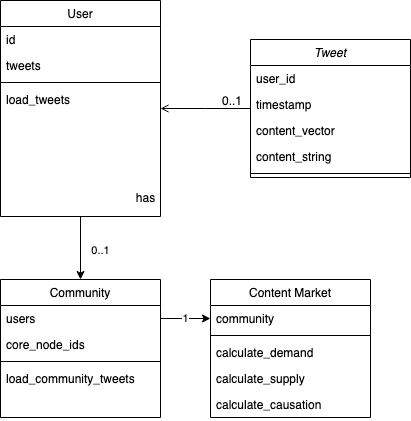
Above: assets/influence_uml.png in talicopanda/social-media-influence-analysis (draw.io), before the change. Source tidied: cells renumbered, new cells last; positions are measured from the earlier drawing's top-left corner, leaving out a move shared by most shapes.
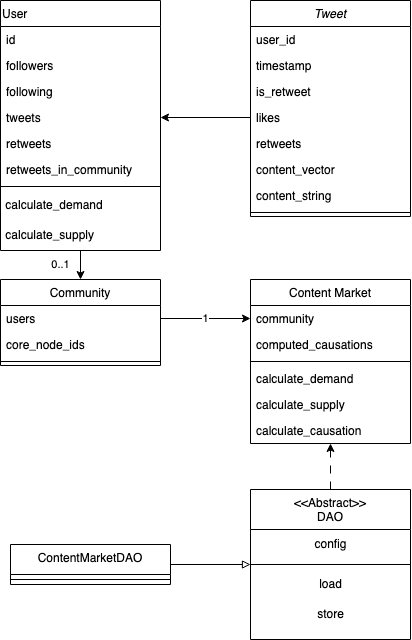
Later version of the same file.

Commit message:
update UML; add causation info

What changed in the source:
```diff
@@ -3,7 +3,7 @@
     <mxCell id="0" />
     <mxCell id="1" parent="0" />
     <mxCell id="2" value="Tweet" style="swimlane;fontStyle=2;align=center;verticalAlign=top;horizontal=1;startSize=26;rounded=0;shadow=0;strokeWidth=1;" parent="1" vertex="1">
-      <mxGeometry x="250" y="39" width="160" height="138" as="geometry" />
+      <mxGeometry x="250" width="160" height="216" as="geometry" />
     </mxCell>
     <mxCell id="3" value="user_id" style="text;align=left;verticalAlign=top;spacingLeft=4;spacingRight=4;overflow=hidden;" parent="2" vertex="1">
       <mxGeometry y="26" width="160" height="26" as="geometry" />
@@ -11,17 +11,26 @@
     <mxCell id="4" value="timestamp" style="text;align=left;verticalAlign=top;spacingLeft=4;spacingRight=4;overflow=hidden;" parent="2" vertex="1">
       <mxGeometry y="52" width="160" height="26" as="geometry" />
     </mxCell>
+    <mxCell id="29" value="is_retweet" style="text;align=left;verticalAlign=top;spacingLeft=4;spacingRight=4;overflow=hidden;" parent="2" vertex="1">
+      <mxGeometry y="78" width="160" height="26" as="geometry" />
+    </mxCell>
+    <mxCell id="30" value="likes" style="text;align=left;verticalAlign=top;spacingLeft=4;spacingRight=4;overflow=hidden;points=[[0,0.5],[1,0.5]];portConstraint=eastwest;" parent="2" vertex="1">
+      <mxGeometry y="104" width="160" height="26" as="geometry" />
+    </mxCell>
+    <mxCell id="31" value="retweets" style="text;align=left;verticalAlign=top;spacingLeft=4;spacingRight=4;overflow=hidden;" parent="2" vertex="1">
+      <mxGeometry y="130" width="160" height="26" as="geometry" />
+    </mxCell>
     <mxCell id="5" value="content_vector" style="text;align=left;verticalAlign=top;spacingLeft=4;spacingRight=4;overflow=hidden;" parent="2" vertex="1">
-      <mxGeometry y="78" width="160" height="26" as="geometry" />
+      <mxGeometry y="156" width="160" height="26" as="geometry" />
     </mxCell>
     <mxCell id="6" value="content_string" style="text;align=left;verticalAlign=top;spacingLeft=4;spacingRight=4;overflow=hidden;" parent="2" vertex="1">
-      <mxGeometry y="104" width="160" height="26" as="geometry" />
+      <mxGeometry y="182" width="160" height="26" as="geometry" />
     </mxCell>
     <mxCell id="7" style="line;html=1;strokeWidth=1;align=left;verticalAlign=middle;spacingTop=-1;spacingLeft=3;spacingRight=3;labelPosition=right;" parent="2" vertex="1">
-      <mxGeometry y="130" width="160" height="8" as="geometry" />
+      <mxGeometry y="208" width="160" height="8" as="geometry" />
     </mxCell>
     <mxCell id="8" value="Community" style="swimlane;fontStyle=0;align=center;verticalAlign=top;horizontal=1;startSize=26;rounded=0;shadow=0;strokeWidth=1;" parent="1" vertex="1">
-      <mxGeometry y="279" width="160" height="138" as="geometry" />
+      <mxGeometry y="279" width="160" height="86" as="geometry" />
     </mxCell>
     <mxCell id="9" value="users&#10;" style="text;align=left;verticalAlign=top;spacingLeft=4;spacingRight=4;overflow=hidden;points=[[0,0.5],[1,0.5]];portConstraint=eastwest;rounded=0;shadow=0;html=0;" parent="8" vertex="1">
       <mxGeometry y="26" width="160" height="26" as="geometry" />
@@ -32,64 +41,94 @@
     <mxCell id="11" style="line;html=1;strokeWidth=1;align=left;verticalAlign=middle;spacingTop=-1;spacingLeft=3;spacingRight=3;labelPosition=right;" parent="8" vertex="1">
       <mxGeometry y="78" width="160" height="8" as="geometry" />
     </mxCell>
-    <mxCell id="12" value="load_community_tweets" style="text;align=left;verticalAlign=top;spacingLeft=4;spacingRight=4;overflow=hidden;" parent="8" vertex="1">
-      <mxGeometry y="86" width="160" height="26" as="geometry" />
-    </mxCell>
     <mxCell id="13" value="Content Market" style="swimlane;fontStyle=0;align=center;verticalAlign=top;horizontal=1;startSize=26;rounded=0;shadow=0;strokeWidth=1;" parent="1" vertex="1">
-      <mxGeometry x="210" y="279" width="160" height="138" as="geometry" />
+      <mxGeometry x="250" y="279" width="160" height="164" as="geometry" />
     </mxCell>
     <mxCell id="14" value="community" style="text;align=left;verticalAlign=top;spacingLeft=4;spacingRight=4;overflow=hidden;points=[[0,0.5],[1,0.5]];portConstraint=eastwest;" parent="13" vertex="1">
       <mxGeometry y="26" width="160" height="26" as="geometry" />
     </mxCell>
+    <mxCell id="32" value="computed_causations" style="text;align=left;verticalAlign=top;spacingLeft=4;spacingRight=4;overflow=hidden;" parent="13" vertex="1">
+      <mxGeometry y="52" width="160" height="26" as="geometry" />
+    </mxCell>
     <mxCell id="15" style="line;html=1;strokeWidth=1;align=left;verticalAlign=middle;spacingTop=-1;spacingLeft=3;spacingRight=3;labelPosition=right;" parent="13" vertex="1">
-      <mxGeometry y="52" width="160" height="8" as="geometry" />
+      <mxGeometry y="78" width="160" height="8" as="geometry" />
     </mxCell>
     <mxCell id="16" value="calculate_demand" style="text;align=left;verticalAlign=top;spacingLeft=4;spacingRight=4;overflow=hidden;" parent="13" vertex="1">
-      <mxGeometry y="60" width="160" height="26" as="geometry" />
+      <mxGeometry y="86" width="160" height="26" as="geometry" />
     </mxCell>
     <mxCell id="17" value="calculate_supply" style="text;align=left;verticalAlign=top;spacingLeft=4;spacingRight=4;overflow=hidden;" parent="13" vertex="1">
-      <mxGeometry y="86" width="160" height="26" as="geometry" />
+      <mxGeometry y="112" width="160" height="26" as="geometry" />
     </mxCell>
     <mxCell id="18" value="calculate_causation" style="text;align=left;verticalAlign=top;spacingLeft=4;spacingRight=4;overflow=hidden;" parent="13" vertex="1">
-      <mxGeometry y="112" width="160" height="26" as="geometry" />
+      <mxGeometry y="138" width="160" height="26" as="geometry" />
     </mxCell>
     <mxCell id="19" value="0..1" style="edgeStyle=orthogonalEdgeStyle;rounded=0;jettySize=auto;html=1;entryX=0.5;entryY=0;entryDx=0;entryDy=0;" parent="1" edge="1" source="20" target="8">
       <mxGeometry x="0.05" y="20" relative="1" as="geometry">
         <mxPoint y="1" as="offset" />
       </mxGeometry>
     </mxCell>
-    <mxCell id="20" value="User" style="swimlane;fontStyle=0;align=center;verticalAlign=top;horizontal=1;startSize=26;rounded=0;shadow=0;strokeWidth=1;" parent="1" vertex="1">
-      <mxGeometry width="160" height="216" as="geometry" />
+    <mxCell id="20" value="User" style="swimlane;fontStyle=0;align=left;verticalAlign=top;horizontal=1;startSize=26;rounded=0;shadow=0;strokeWidth=1;" parent="1" vertex="1">
+      <mxGeometry width="160" height="250" as="geometry" />
     </mxCell>
     <mxCell id="21" value="id            " style="text;align=left;verticalAlign=top;spacingLeft=4;spacingRight=4;overflow=hidden;rounded=0;shadow=0;html=0;" parent="20" vertex="1">
       <mxGeometry y="26" width="160" height="26" as="geometry" />
     </mxCell>
+    <mxCell id="33" value="followers" style="text;align=left;verticalAlign=top;spacingLeft=4;spacingRight=4;overflow=hidden;rounded=0;shadow=0;html=0;" parent="20" vertex="1">
+      <mxGeometry y="52" width="160" height="26" as="geometry" />
+    </mxCell>
+    <mxCell id="34" value="following" style="text;align=left;verticalAlign=top;spacingLeft=4;spacingRight=4;overflow=hidden;rounded=0;shadow=0;html=0;" parent="20" vertex="1">
+      <mxGeometry y="78" width="160" height="26" as="geometry" />
+    </mxCell>
+    <mxCell id="35" value="tweets" style="text;align=left;verticalAlign=top;spacingLeft=4;spacingRight=4;overflow=hidden;points=[[0,0.5],[1,0.5]];portConstraint=eastwest;rounded=0;shadow=0;html=0;" parent="20" vertex="1">
+      <mxGeometry y="104" width="160" height="26" as="geometry" />
+    </mxCell>
+    <mxCell id="36" value="retweets" style="text;align=left;verticalAlign=top;spacingLeft=4;spacingRight=4;overflow=hidden;rounded=0;shadow=0;html=0;" parent="20" vertex="1">
+      <mxGeometry y="130" width="160" height="26" as="geometry" />
+    </mxCell>
-    <mxCell id="22" value="tweets" style="text;align=left;verticalAlign=top;spacingLeft=4;spacingRight=4;overflow=hidden;rounded=0;shadow=0;html=0;" parent="20" vertex="1">
-      <mxGeometry y="52" width="160" height="26" as="geometry" />
+    <mxCell id="22" value="retweets_in_community" style="text;align=left;verticalAlign=top;spacingLeft=4;spacingRight=4;overflow=hidden;rounded=0;shadow=0;html=0;" parent="20" vertex="1">
+      <mxGeometry y="156" width="160" height="26" as="geometry" />
     </mxCell>
     <mxCell id="23" style="line;html=1;strokeWidth=1;align=left;verticalAlign=middle;spacingTop=-1;spacingLeft=3;spacingRight=3;labelPosition=right;" parent="20" vertex="1">
-      <mxGeometry y="78" width="160" height="8" as="geometry" />
+      <mxGeometry y="182" width="160" height="8" as="geometry" />
     </mxCell>
-    <mxCell id="24" value="load_tweets" style="text;align=left;verticalAlign=top;spacingLeft=4;spacingRight=4;overflow=hidden;" parent="20" vertex="1">
-      <mxGeometry y="86" width="160" height="26" as="geometry" />
-    </mxCell>
-    <mxCell id="25" style="endArrow=open;shadow=0;strokeWidth=1;rounded=0;endFill=1;edgeStyle=elbowEdgeStyle;elbow=vertical;" parent="1" edge="1" source="2" target="20">
-      <mxGeometry x="0.5" y="41" relative="1" as="geometry">
-        <mxPoint x="-40" y="32" as="offset" />
-      </mxGeometry>
-    </mxCell>
-    <mxCell id="26" value="0..1" style="align=left;verticalAlign=bottom;labelBackgroundColor=none;fontSize=12;" parent="25" vertex="1">
-      <mxGeometry x="-1" relative="1" as="geometry">
-        <mxPoint x="-30" y="1" as="offset" />
-      </mxGeometry>
-    </mxCell>
-    <mxCell id="27" value="has" style="text;html=1;align=center;verticalAlign=middle;labelBackgroundColor=none;rounded=0;shadow=0;strokeWidth=1;fontSize=12;" parent="25" vertex="1">
-      <mxGeometry x="0.5" y="49" relative="1" as="geometry">
-        <mxPoint x="-38" y="40" as="offset" />
-      </mxGeometry>
-    </mxCell>
+    <mxCell id="37" value="&amp;nbsp;calculate_demand" style="text;html=1;align=left;verticalAlign=middle;strokeColor=none;fillColor=none;" parent="20" vertex="1">
+      <mxGeometry y="190" width="160" height="30" as="geometry" />
+    </mxCell>
+    <mxCell id="38" value="&amp;nbsp;calculate_supply" style="text;html=1;align=left;verticalAlign=middle;strokeColor=none;fillColor=none;" parent="20" vertex="1">
+      <mxGeometry y="220" width="160" height="30" as="geometry" />
+    </mxCell>
     <mxCell id="28" value="1" style="edgeStyle=orthogonalEdgeStyle;rounded=0;jettySize=auto;html=1;exitX=1;exitY=0.5;exitDx=0;exitDy=0;entryX=0;entryY=0.5;entryDx=0;entryDy=0;" parent="1" edge="1" source="9" target="14">
       <mxGeometry relative="1" as="geometry" />
     </mxCell>
+    <mxCell id="39" style="edgeStyle=orthogonalEdgeStyle;rounded=0;jettySize=auto;html=1;entryX=1;entryY=0.5;entryDx=0;entryDy=0;endArrow=classic;endFill=1;" parent="1" edge="1" source="30" target="35">
+      <mxGeometry relative="1" as="geometry" />
+    </mxCell>
+    <mxCell id="40" style="edgeStyle=orthogonalEdgeStyle;rounded=0;jettySize=auto;html=1;entryX=0.5;entryY=1;entryDx=0;entryDy=0;dashed=1;dashPattern=8 8;endArrow=classic;endFill=1;" parent="1" edge="1" source="41" target="13">
+      <mxGeometry relative="1" as="geometry" />
+    </mxCell>
+    <mxCell id="41" value="&lt;&lt;Abstract&gt;&gt;&#10;DAO" style="swimlane;fontStyle=0;align=center;verticalAlign=top;horizontal=1;startSize=40;rounded=0;shadow=0;strokeWidth=1;" parent="1" vertex="1">
+      <mxGeometry x="250" y="489" width="160" height="150" as="geometry" />
+    </mxCell>
+    <mxCell id="42" value="config" style="text;html=1;align=center;verticalAlign=middle;strokeColor=none;fillColor=none;" parent="41" vertex="1">
+      <mxGeometry y="40" width="160" height="30" as="geometry" />
+    </mxCell>
+    <mxCell id="43" style="line;html=1;strokeWidth=1;align=left;verticalAlign=middle;spacingTop=-1;spacingLeft=3;spacingRight=3;labelPosition=right;points=[];portConstraint=eastwest;" parent="41" vertex="1">
+      <mxGeometry y="70" width="160" height="10" as="geometry" />
+    </mxCell>
+    <mxCell id="44" value="load" style="text;html=1;align=center;verticalAlign=middle;strokeColor=none;fillColor=none;" parent="41" vertex="1">
+      <mxGeometry y="80" width="160" height="30" as="geometry" />
+    </mxCell>
+    <mxCell id="45" value="store" style="text;html=1;align=center;verticalAlign=middle;strokeColor=none;fillColor=none;" parent="41" vertex="1">
+      <mxGeometry y="110" width="160" height="30" as="geometry" />
+    </mxCell>
+    <mxCell id="46" style="edgeStyle=orthogonalEdgeStyle;rounded=0;jettySize=auto;html=1;entryX=0;entryY=0.5;entryDx=0;entryDy=0;entryPerimeter=0;endArrow=block;endFill=0;" parent="1" edge="1" source="47" target="43">
+      <mxGeometry relative="1" as="geometry" />
+    </mxCell>
+    <mxCell id="47" value="ContentMarketDAO" style="swimlane;fontStyle=0;align=center;verticalAlign=top;horizontal=1;startSize=30;rounded=0;shadow=0;strokeWidth=1;" parent="1" vertex="1">
+      <mxGeometry x="10" y="544" width="160" height="40" as="geometry" />
+    </mxCell>
+    <mxCell id="48" style="line;html=1;strokeWidth=1;align=left;verticalAlign=middle;spacingTop=-1;spacingLeft=3;spacingRight=3;labelPosition=right;" parent="47" vertex="1">
+      <mxGeometry y="30" width="160" height="10" as="geometry" />
+    </mxCell>
   </root>
 </mxGraphModel>
```
